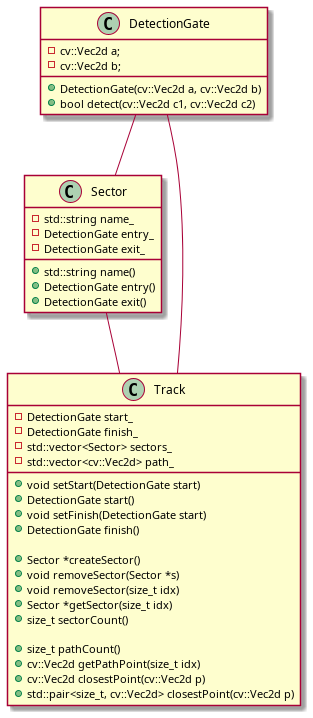
Above: docs/plantuml_imgs/dataClasses2.png in hankedan000/gopro-overlay (PlantUML), before the change.
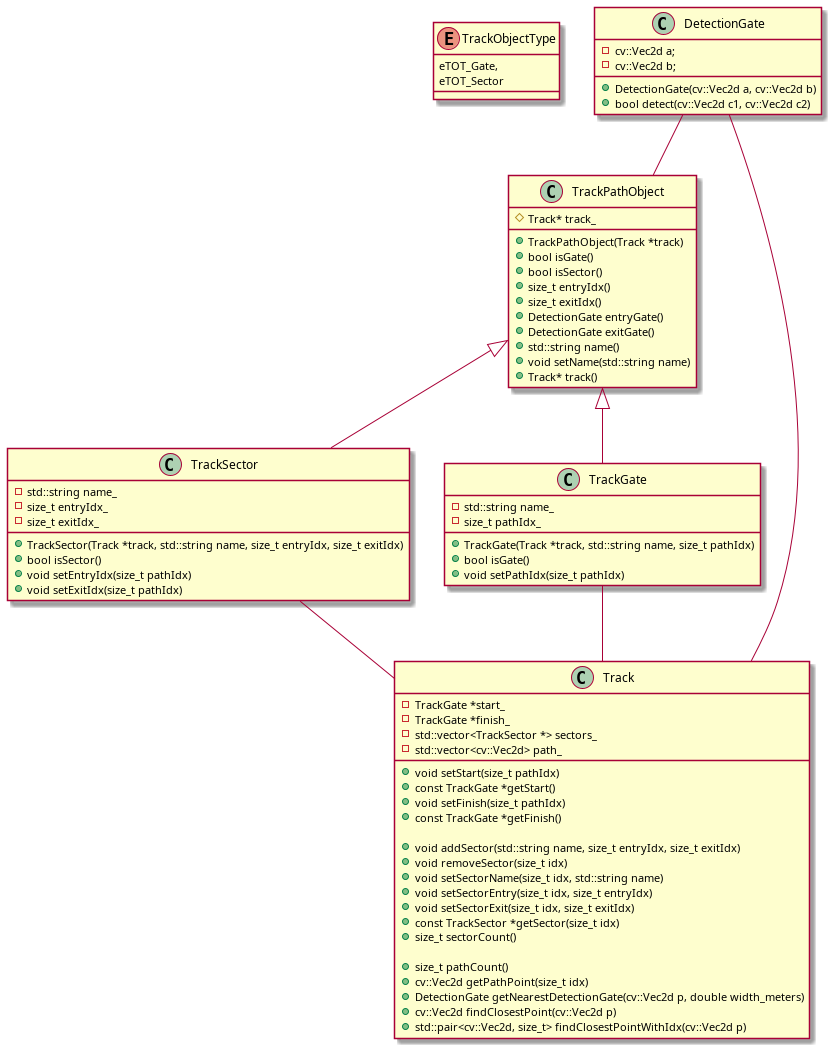
After the commit.

What changed in the source:
```diff
@@ -1,4 +1,9 @@
 @startuml plantuml_imgs/dataClasses2
+
+enum TrackObjectType {
+	eTOT_Gate,
+	eTOT_Sector
+}
 
 class DetectionGate {
 	+DetectionGate(cv::Vec2d a, cv::Vec2d b)
@@ -8,41 +13,71 @@
 	-cv::Vec2d b;
 }
 
-class Sector {
+class TrackPathObject {
+	+TrackPathObject(Track *track)
+	+bool isGate()
+	+bool isSector()
+	+size_t entryIdx()
+	+size_t exitIdx()
+	+DetectionGate entryGate()
+	+DetectionGate exitGate()
 	+std::string name()
-	+DetectionGate entry()
-	+DetectionGate exit()
+	+void setName(std::string name)
+	+Track* track()
+	#Track* track_
+}
+
+class TrackSector {
+	+TrackSector(Track *track, std::string name, size_t entryIdx, size_t exitIdx)
+	+bool isSector()
+	+void setEntryIdx(size_t pathIdx)
+	+void setExitIdx(size_t pathIdx)
 
 	-std::string name_
-	-DetectionGate entry_
-	-DetectionGate exit_
+	-size_t entryIdx_
+	-size_t exitIdx_
+}
+
+class TrackGate {
+	+TrackGate(Track *track, std::string name, size_t pathIdx)
+	+bool isGate()
+	+void setPathIdx(size_t pathIdx)
+
+	-std::string name_
+	-size_t pathIdx_
 }
 
 class Track {
-	+void setStart(DetectionGate start)
-	+DetectionGate start()
-	+void setFinish(DetectionGate start)
-	+DetectionGate finish()
+	+void setStart(size_t pathIdx)
+	+const TrackGate *getStart()
+	+void setFinish(size_t pathIdx)
+	+const TrackGate *getFinish()
 
-	+Sector *createSector()
-	+void removeSector(Sector *s)
+	+void addSector(std::string name, size_t entryIdx, size_t exitIdx)
 	+void removeSector(size_t idx)
-	+Sector *getSector(size_t idx)
+	+void setSectorName(size_t idx, std::string name)
+	+void setSectorEntry(size_t idx, size_t entryIdx)
+	+void setSectorExit(size_t idx, size_t exitIdx)
+	+const TrackSector *getSector(size_t idx)
 	+size_t sectorCount()
 
 	+size_t pathCount()
 	+cv::Vec2d getPathPoint(size_t idx)
-	+cv::Vec2d closestPoint(cv::Vec2d p)
-	+std::pair<size_t, cv::Vec2d> closestPoint(cv::Vec2d p)
+	+DetectionGate getNearestDetectionGate(cv::Vec2d p, double width_meters)
+	+cv::Vec2d findClosestPoint(cv::Vec2d p)
+	+std::pair<cv::Vec2d, size_t> findClosestPointWithIdx(cv::Vec2d p)
 
-	-DetectionGate start_
-	-DetectionGate finish_
-	-std::vector<Sector> sectors_
+	-TrackGate *start_
+	-TrackGate *finish_
+	-std::vector<TrackSector *> sectors_
 	-std::vector<cv::Vec2d> path_
 }
 
-DetectionGate -- Sector
+DetectionGate -- TrackPathObject
 DetectionGate -- Track
-Sector -- Track
+TrackPathObject <|-- TrackSector
+TrackPathObject <|-- TrackGate
+TrackSector -- Track
+TrackGate -- Track
 
 @enduml
```
